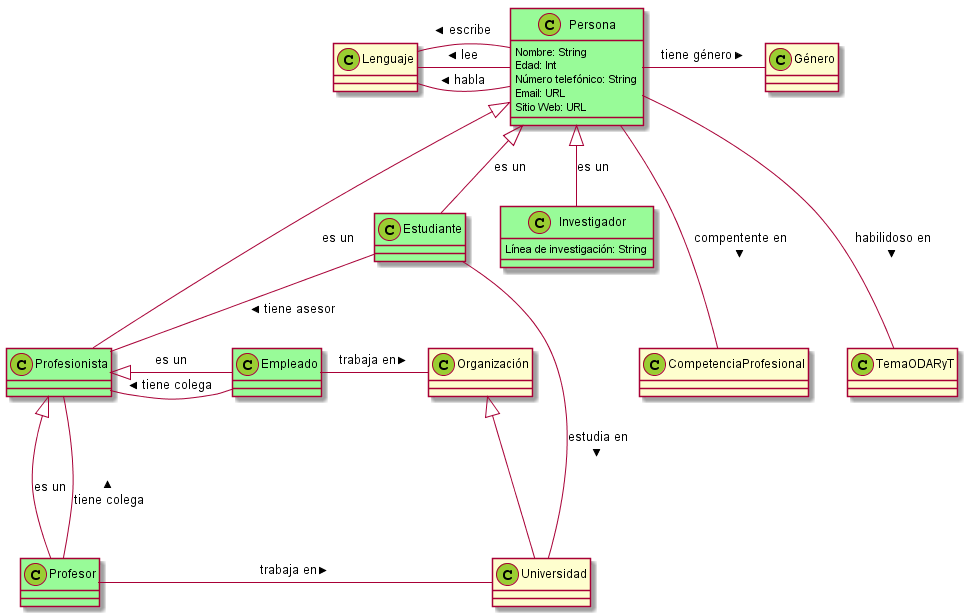
The PlantUML diagram Diagramas UML/CartografiaCompentecias.png in eriknovic/mi-proyecto-erik, before a commit. Its diagram source:
```plantuml
@startuml

skinparam stereotypeCBackgroundColor YellowGreen
Persona <|-- Profesionista : es un
Persona <|-- Estudiante : es un
Persona <|-- Investigador : es un

Profesionista <|-- Profesor : es un
Profesionista <|-- Empleado : es un


class Persona #PaleGreen {
  Nombre: String
  Edad: Int
  Número telefónico: String
  Email: URL
  Sitio Web: URL
}

class Profesionista #PaleGreen
class Estudiante #PaleGreen
class Profesor #PaleGreen
class Empleado #PaleGreen

Persona -right-- Género : tiene género >
Persona -down-- CompetenciaProfesional : compentente en >
Persona -left-- Lenguaje : lee >
Persona -left-- Lenguaje : habla >
Persona -left-- Lenguaje : escribe >
Persona -down-- TemaODARyT : habilidoso en >

class Investigador #PaleGreen {
  Línea de investigación: String
}

Estudiante -- Universidad : estudia en >
Estudiante -- Profesionista : tiene asesor >

Profesor -right-- Universidad : trabaja en >
Profesor -down-- Profesionista : tiene colega >

Empleado -right-- Organización : trabaja en >
Empleado -left-- Profesionista : tiene colega >

Organización <|-- Universidad

@enduml
```
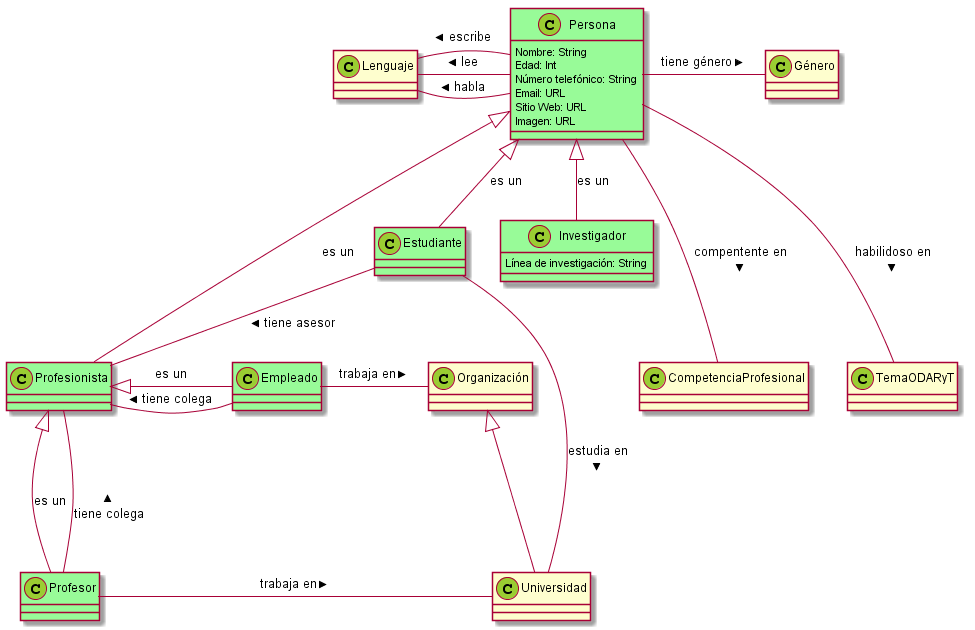
The same diagram one commit later.

What changed in the source:
```diff
@@ -15,6 +15,7 @@
   Número telefónico: String
   Email: URL
   Sitio Web: URL
+  Imagen: URL
 }
 
 class Profesionista #PaleGreen
```
